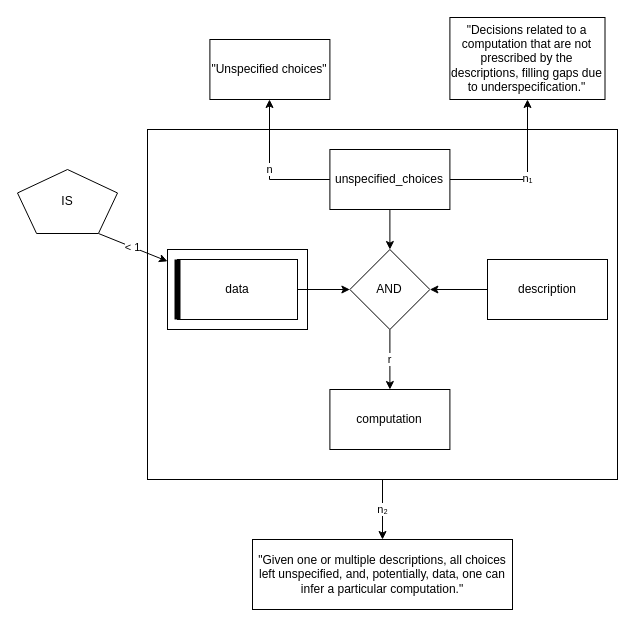
Earlier version of the draw.io diagram page "02-description-reasoning" (3 of 11) of model-analysis-errors.drawio (nicebread/scientific_errors). Source tidied: cells renumbered, new cells numbered last; positions are measured from the earlier drawing's top-left corner, leaving out a move shared by most shapes. Both pictures are drawn from the tidied source at 100%, with x=0, y=0 at pixel (17, 17).
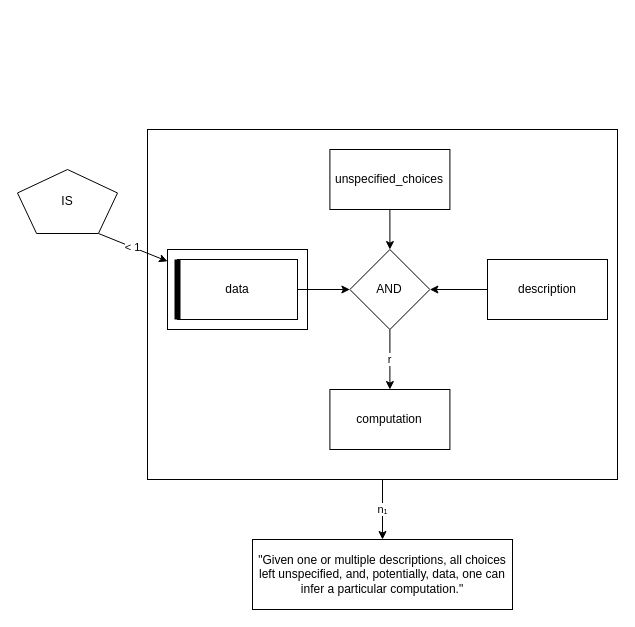
Above is the later version.

Commit message (it also covers changes not shown here):
Improve wording of description scope and unspecified choices and fix VAST display 2

Unchanged cells that the change refers to:
```xml
<mxCell id="3" style="rounded=0;whiteSpace=wrap;html=1;fillColor=none;" parent="1" vertex="1">
  <mxGeometry x="130" y="112" width="470" height="350" as="geometry" />
</mxCell>
<mxCell id="6" value="&quot;Given one or multiple descriptions, all choices left unspecified, and, potentially, data, one can infer a particular computation.&quot;" style="rounded=0;whiteSpace=wrap;html=1;" parent="1" vertex="1">
  <mxGeometry x="235" y="522" width="260" height="70" as="geometry" />
</mxCell>
<mxCell id="10" value="unspecified_choices" style="rounded=0;whiteSpace=wrap;html=1;" parent="1" vertex="1">
  <mxGeometry x="312.4" y="132" width="120" height="60" as="geometry" />
</mxCell>
```

Diff of the diagram source:
```diff
@@
-    <mxCell id="2" value="n₂" style="edgeStyle=orthogonalEdgeStyle;rounded=0;jettySize=auto;html=1;" parent="1" edge="1" source="3" target="6">
+    <mxCell id="2" value="n₁" style="edgeStyle=orthogonalEdgeStyle;rounded=0;jettySize=auto;html=1;" parent="1" edge="1" source="3" target="6">
       <mxGeometry relative="1" as="geometry" />
     </mxCell>
@@
-    <mxCell id="8" value="n₁" style="edgeStyle=orthogonalEdgeStyle;curved=0;rounded=0;html=1;" parent="1" edge="1" source="10" target="13">
-      <mxGeometry relative="1" as="geometry">
-        <Array as="points">
-          <mxPoint x="510" y="162" />
-        </Array>
-      </mxGeometry>
-    </mxCell>
-    <mxCell id="9" value="n" style="edgeStyle=orthogonalEdgeStyle;curved=0;rounded=0;html=1;" parent="1" edge="1" source="10" target="14">
-      <mxGeometry relative="1" as="geometry">
-        <Array as="points">
-          <mxPoint x="252" y="162" />
-        </Array>
-      </mxGeometry>
-    </mxCell>
@@
-    <mxCell id="13" value="&quot;Decisions related to a computation that are not prescribed by the descriptions, filling gaps due to underspecification.&quot;" style="rounded=0;whiteSpace=wrap;html=1;" parent="1" vertex="1">
-      <mxGeometry x="432.4" width="155.1" height="82" as="geometry" />
-    </mxCell>
-    <mxCell id="14" value="&quot;Unspecified choices&quot;" style="rounded=0;whiteSpace=wrap;html=1;" parent="1" vertex="1">
-      <mxGeometry x="192.4" y="22" width="120" height="60" as="geometry" />
-    </mxCell>
```
